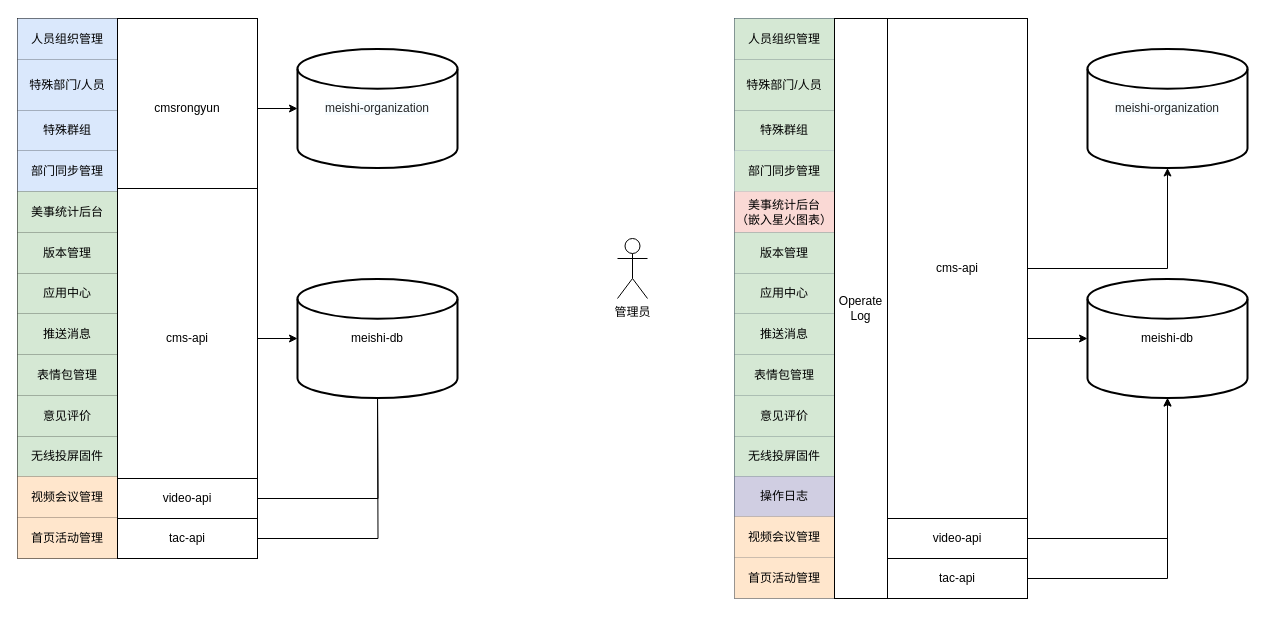
The draw.io diagram cmsjiagou.drawio in nullbull/uml, before the edit. Source tidied: cells renumbered, new cells numbered last; positions are measured from the earlier drawing's top-left corner, leaving out a move shared by most shapes. Both pictures are drawn from the tidied source at 100%, with x=0, y=0 at pixel (17, 18).
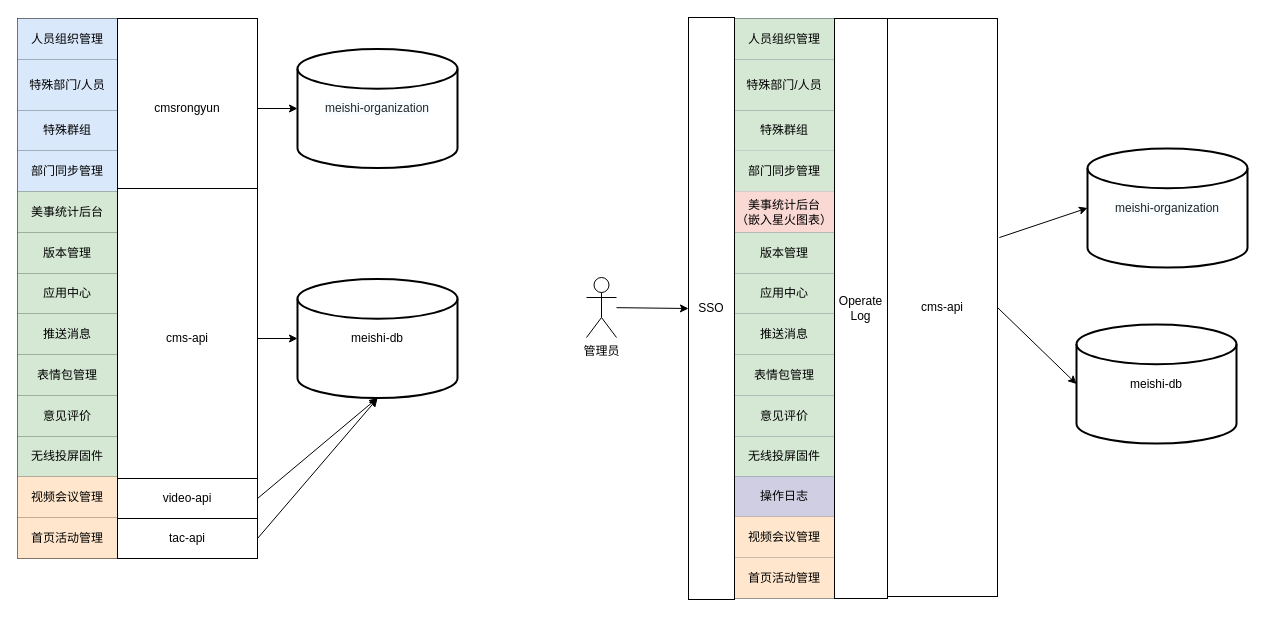
The same diagram, later.

The change refers to these unchanged cells:
```xml
<mxCell id="34" value="video-api" style="rounded=0;whiteSpace=wrap;html=1;" parent="1" vertex="1">
  <mxGeometry x="100" y="460" width="140" height="40" as="geometry" />
</mxCell>
<mxCell id="36" value="tac-api" style="rounded=0;whiteSpace=wrap;html=1;" parent="1" vertex="1">
  <mxGeometry x="100" y="500" width="140" height="40" as="geometry" />
</mxCell>
<mxCell id="38" value="meishi-db" style="strokeWidth=2;html=1;shape=mxgraph.flowchart.database;whiteSpace=wrap;" parent="1" vertex="1">
  <mxGeometry x="280" y="260.5" width="160" height="119" as="geometry" />
</mxCell>
```

The edit, as a diff of the source:
```diff
@@
-    <mxCell id="33" style="edgeStyle=orthogonalEdgeStyle;rounded=0;jettySize=auto;html=1;" parent="1" edge="1" source="34">
-      <mxGeometry relative="1" as="geometry">
-        <mxPoint x="360" y="370" as="targetPoint" />
-      </mxGeometry>
-    </mxCell>
+    <mxCell id="79" style="edgeStyle=none;rounded=0;jettySize=auto;html=1;entryX=0.5;entryY=1;entryDx=0;entryDy=0;entryPerimeter=0;exitX=1;exitY=0.5;exitDx=0;exitDy=0;" parent="1" edge="1" source="34" target="38">
+      <mxGeometry relative="1" as="geometry" />
+    </mxCell>
@@
-    <mxCell id="35" style="edgeStyle=orthogonalEdgeStyle;rounded=0;jettySize=auto;html=1;" parent="1" edge="1" source="36">
-      <mxGeometry relative="1" as="geometry">
-        <mxPoint x="360" y="370" as="targetPoint" />
-      </mxGeometry>
-    </mxCell>
+    <mxCell id="80" style="edgeStyle=none;rounded=0;jettySize=auto;html=1;exitX=1;exitY=0.5;exitDx=0;exitDy=0;" parent="1" edge="1" source="36">
+      <mxGeometry relative="1" as="geometry">
+        <mxPoint x="360" y="380" as="targetPoint" />
+      </mxGeometry>
+    </mxCell>
@@
+    <mxCell id="81" style="edgeStyle=none;rounded=0;jettySize=auto;html=1;entryX=0;entryY=0.5;entryDx=0;entryDy=0;" parent="1" edge="1" source="68" target="82">
+      <mxGeometry relative="1" as="geometry" />
+    </mxCell>
     <mxCell id="68" value="管理员" style="shape=umlActor;verticalLabelPosition=bottom;verticalAlign=top;html=1;outlineConnect=0;" parent="1" vertex="1">
-      <mxGeometry x="600" y="220" width="30" height="60" as="geometry" />
+      <mxGeometry x="569" y="259" width="30" height="60" as="geometry" />
     </mxCell>
@@
+    <mxCell id="71" style="rounded=0;jettySize=auto;html=1;entryX=0;entryY=0.5;entryDx=0;entryDy=0;entryPerimeter=0;exitX=1;exitY=0.5;exitDx=0;exitDy=0;" parent="1" edge="1" source="72" target="78">
+      <mxGeometry relative="1" as="geometry" />
+    </mxCell>
-    <mxCell id="70" style="edgeStyle=orthogonalEdgeStyle;rounded=0;jettySize=auto;html=1;entryX=0.5;entryY=1;entryDx=0;entryDy=0;entryPerimeter=0;" parent="1" edge="1" source="72" target="77">
+    <mxCell id="70" style="edgeStyle=none;rounded=0;jettySize=auto;html=1;entryX=0;entryY=0.5;entryDx=0;entryDy=0;entryPerimeter=0;exitX=1.017;exitY=0.379;exitDx=0;exitDy=0;exitPerimeter=0;" parent="1" edge="1" source="72" target="77">
       <mxGeometry relative="1" as="geometry" />
     </mxCell>
-    <mxCell id="71" style="edgeStyle=orthogonalEdgeStyle;rounded=0;jettySize=auto;html=1;entryX=0;entryY=0.5;entryDx=0;entryDy=0;entryPerimeter=0;exitX=1;exitY=0.5;exitDx=0;exitDy=0;" parent="1" edge="1" source="72" target="78">
-      <mxGeometry relative="1" as="geometry">
-        <Array as="points">
-          <mxPoint x="1010" y="320" />
-        </Array>
-      </mxGeometry>
-    </mxCell>
     <mxCell id="72" value="cms-api" style="rounded=0;whiteSpace=wrap;html=1;" parent="1" vertex="1">
-      <mxGeometry x="870" width="140" height="500" as="geometry" />
+      <mxGeometry x="870" width="110" height="578" as="geometry" />
     </mxCell>
-    <mxCell id="73" style="edgeStyle=orthogonalEdgeStyle;rounded=0;jettySize=auto;html=1;entryX=0.5;entryY=1;entryDx=0;entryDy=0;entryPerimeter=0;" parent="1" edge="1" source="74" target="78">
-      <mxGeometry relative="1" as="geometry" />
-    </mxCell>
-    <mxCell id="74" value="video-api" style="rounded=0;whiteSpace=wrap;html=1;" parent="1" vertex="1">
-      <mxGeometry x="870" y="500" width="140" height="40" as="geometry" />
-    </mxCell>
-    <mxCell id="75" style="edgeStyle=orthogonalEdgeStyle;rounded=0;jettySize=auto;html=1;entryX=0.5;entryY=1;entryDx=0;entryDy=0;entryPerimeter=0;" parent="1" edge="1" source="76" target="78">
-      <mxGeometry relative="1" as="geometry" />
-    </mxCell>
-    <mxCell id="76" value="tac-api" style="rounded=0;whiteSpace=wrap;html=1;" parent="1" vertex="1">
-      <mxGeometry x="870" y="540" width="140" height="40" as="geometry" />
-    </mxCell>
     <mxCell id="77" value="&lt;span style=&quot;color: rgba(0 , 0 , 0 , 0.85) ; font-family: &amp;#34;helvetica neue for number&amp;#34; , , &amp;#34;blinkmacsystemfont&amp;#34; , &amp;#34;segoe ui&amp;#34; , &amp;#34;roboto&amp;#34; , &amp;#34;pingfang sc&amp;#34; , &amp;#34;hiragino sans gb&amp;#34; , &amp;#34;microsoft yahei&amp;#34; , &amp;#34;helvetica neue&amp;#34; , &amp;#34;helvetica&amp;#34; , &amp;#34;arial&amp;#34; , sans-serif ; text-align: left ; background-color: rgba(230 , 247 , 255 , 0.333)&quot;&gt;meishi-organization&lt;/span&gt;" style="strokeWidth=2;html=1;shape=mxgraph.flowchart.database;whiteSpace=wrap;" parent="1" vertex="1">
-      <mxGeometry x="1070" y="30.5" width="160" height="119" as="geometry" />
+      <mxGeometry x="1070" y="130" width="160" height="119" as="geometry" />
     </mxCell>
     <mxCell id="78" value="meishi-db" style="strokeWidth=2;html=1;shape=mxgraph.flowchart.database;whiteSpace=wrap;" parent="1" vertex="1">
-      <mxGeometry x="1070" y="260.5" width="160" height="119" as="geometry" />
+      <mxGeometry x="1059" y="306" width="160" height="119" as="geometry" />
     </mxCell>
+    <mxCell id="82" value="SSO" style="rounded=0;whiteSpace=wrap;html=1;" parent="1" vertex="1">
+      <mxGeometry x="671" y="-1" width="46" height="582" as="geometry" />
+    </mxCell>
```
